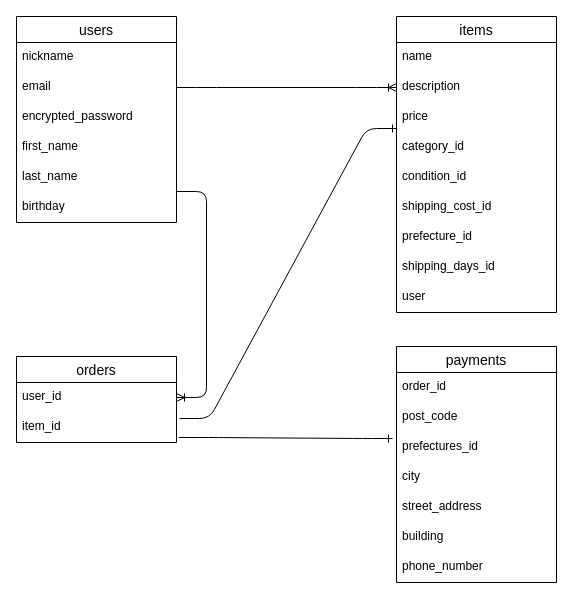
honami-f/furima-39929 keeps this draw.io diagram as ER .dio. Above is the earlier version. Source tidied: cells renumbered, new cells numbered last; positions are measured from the earlier drawing's top-left corner, leaving out a move shared by most shapes. Both pictures are drawn from the tidied source at 100%, with x=0, y=0 at pixel (16, 16).
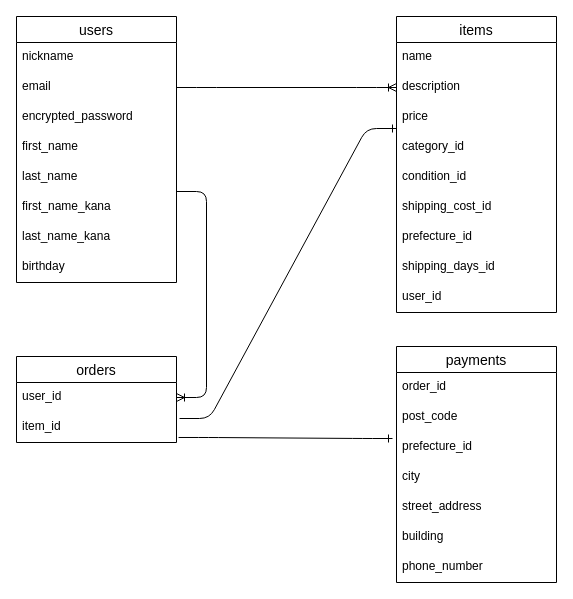
Above is the later version.

Commit message (it also covers changes not shown here):
テーブル設計  修正3

Unchanged cells that the change refers to:
```xml
<mxCell id="2" value="items" style="swimlane;fontStyle=0;horizontal=1;startSize=26;align=center;fontSize=14;" parent="1" vertex="1">
  <mxGeometry x="380" width="160" height="296" as="geometry" />
</mxCell>
<mxCell id="22" value="payments" style="swimlane;fontStyle=0;horizontal=1;startSize=26;align=center;fontSize=14;fontFamily=Helvetica;fontColor=default;fillColor=none;gradientColor=none;" parent="1" vertex="1">
  <mxGeometry x="380" y="330" width="160" height="236" as="geometry" />
</mxCell>
```

Change to the diagram source:
```diff
@@
-    <mxCell id="11" value="user" style="text;strokeColor=none;fillColor=none;spacingLeft=4;spacingRight=4;overflow=hidden;fontSize=12;" parent="2" vertex="1">
+    <mxCell id="11" value="user_id" style="text;strokeColor=none;fillColor=none;spacingLeft=4;spacingRight=4;overflow=hidden;fontSize=12;" parent="2" vertex="1">
       <mxGeometry y="266" width="160" height="30" as="geometry" />
     </mxCell>
     <mxCell id="12" value="users" style="swimlane;fontStyle=0;horizontal=1;startSize=26;align=center;fontSize=14;" parent="1" vertex="1">
-      <mxGeometry width="160" height="206" as="geometry" />
+      <mxGeometry width="160" height="266" as="geometry" />
     </mxCell>
@@
+    <mxCell id="34" value="first_name_kana" style="text;strokeColor=none;fillColor=none;spacingLeft=4;spacingRight=4;overflow=hidden;fontSize=12;" parent="12" vertex="1">
+      <mxGeometry y="176" width="160" height="30" as="geometry" />
+    </mxCell>
+    <mxCell id="35" value="last_name_kana" style="text;strokeColor=none;fillColor=none;spacingLeft=4;spacingRight=4;overflow=hidden;fontSize=12;" parent="12" vertex="1">
+      <mxGeometry y="206" width="160" height="30" as="geometry" />
+    </mxCell>
     <mxCell id="18" value="birthday" style="text;strokeColor=none;fillColor=none;spacingLeft=4;spacingRight=4;overflow=hidden;fontSize=12;fontFamily=Helvetica;fontColor=default;" parent="12" vertex="1">
-      <mxGeometry y="176" width="160" height="30" as="geometry" />
+      <mxGeometry y="236" width="160" height="30" as="geometry" />
     </mxCell>
@@
-    <mxCell id="25" value="prefectures_id" style="text;strokeColor=none;fillColor=none;spacingLeft=4;spacingRight=4;overflow=hidden;points=[[0,0.5],[1,0.5]];portConstraint=eastwest;fontSize=12;fontFamily=Helvetica;fontColor=default;" parent="22" vertex="1">
+    <mxCell id="25" value="prefecture_id" style="text;strokeColor=none;fillColor=none;spacingLeft=4;spacingRight=4;overflow=hidden;points=[[0,0.5],[1,0.5]];portConstraint=eastwest;fontSize=12;fontFamily=Helvetica;fontColor=default;" parent="22" vertex="1">
       <mxGeometry y="86" width="160" height="30" as="geometry" />
     </mxCell>
```
